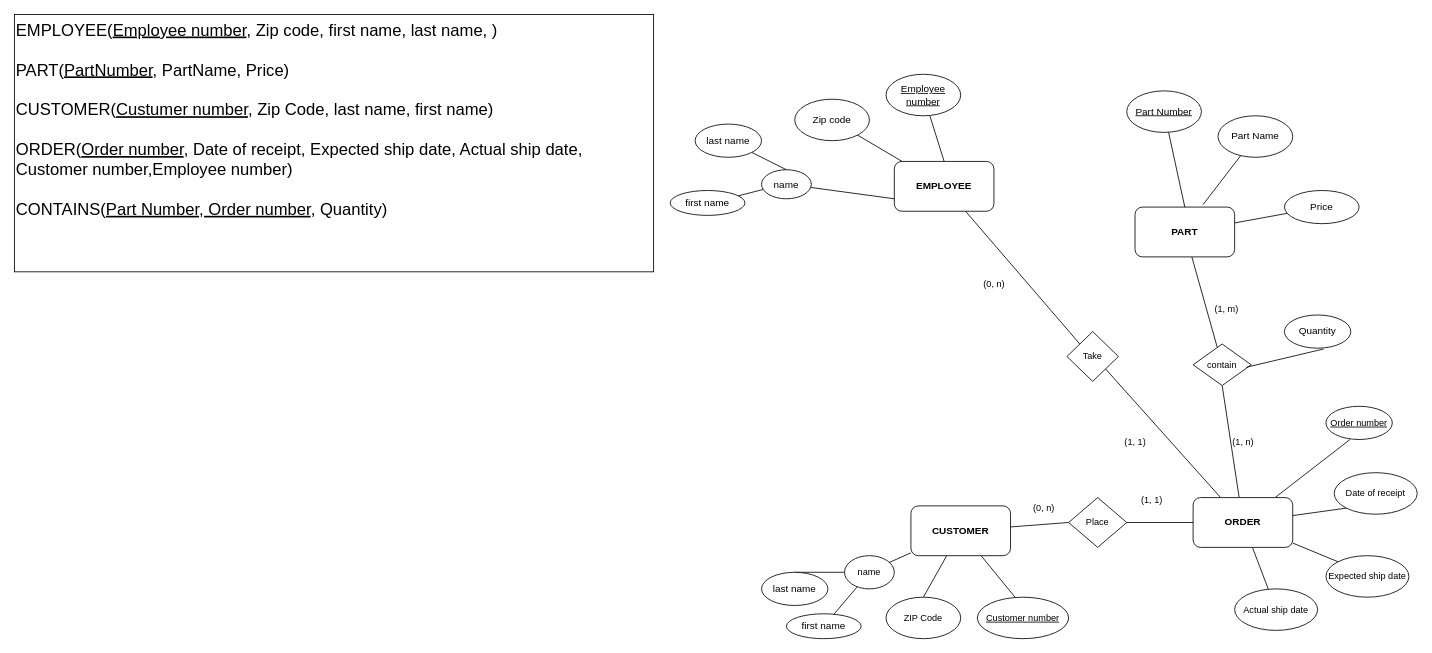
The draw.io diagram MAIL_ORDER.drawio in phuongman/BTVN_CSDL, before the edit. Source tidied: cells renumbered, new cells numbered last; positions are measured from the earlier drawing's top-left corner, leaving out a move shared by most shapes. Both pictures are drawn from the tidied source at 83%, with x=0, y=0 at pixel (14, 14).
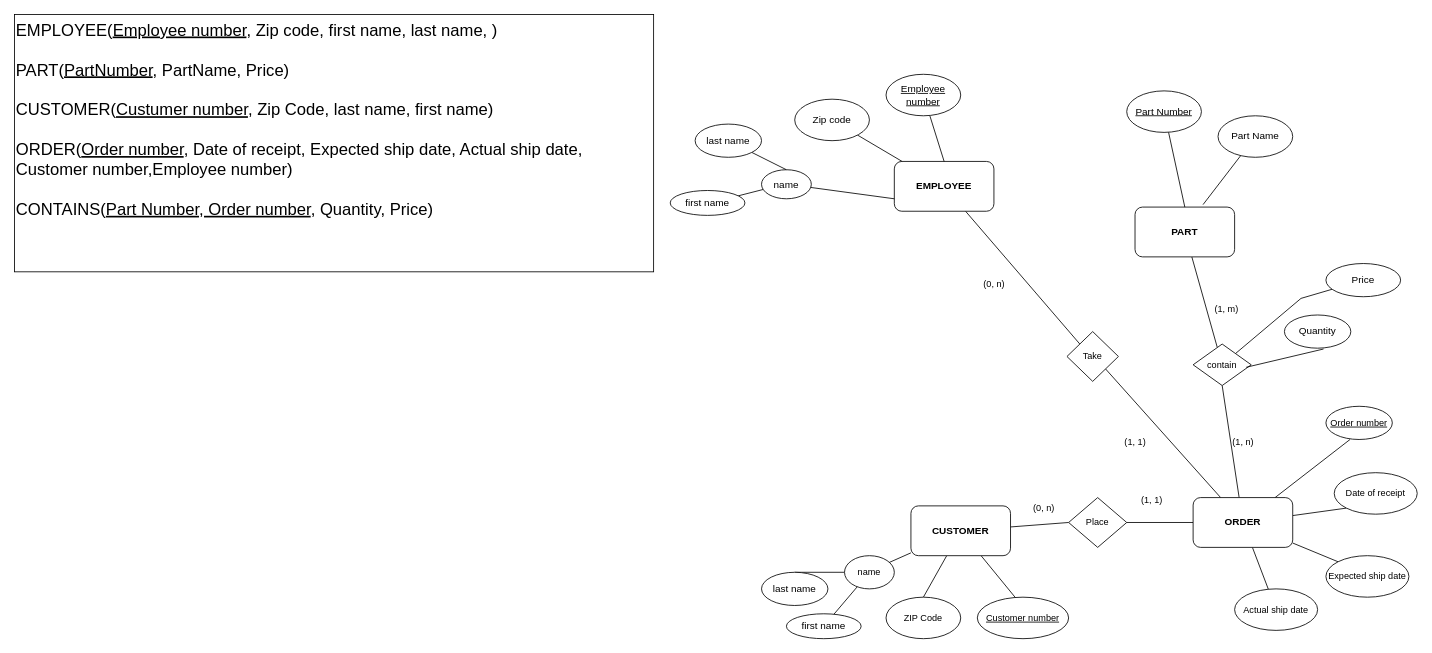
Above is the later version.

The change refers to these unchanged cells:
```xml
<mxCell id="5" value="PART" style="rounded=1;whiteSpace=wrap;html=1;fontStyle=1;" parent="1" vertex="1">
  <mxGeometry x="1350" y="232" width="120" height="60" as="geometry" />
</mxCell>
<mxCell id="43" value="contain" style="rhombus;whiteSpace=wrap;html=1;fontFamily=Helvetica;fontSize=11;fontColor=default;" parent="1" vertex="1">
  <mxGeometry x="1420" y="397" width="70" height="50" as="geometry" />
</mxCell>
```

What changed in the source:
```diff
@@
-    <mxCell id="30" style="edgeStyle=none;shape=connector;rounded=0;jettySize=auto;html=1;labelBackgroundColor=default;strokeColor=default;fontFamily=Helvetica;fontSize=11;fontColor=default;endArrow=none;endFill=0;" parent="1" edge="1" source="31" target="5">
-      <mxGeometry relative="1" as="geometry" />
+    <mxCell id="30" style="edgeStyle=none;shape=connector;rounded=0;jettySize=auto;html=1;labelBackgroundColor=default;strokeColor=default;fontFamily=Helvetica;fontSize=11;fontColor=default;endArrow=none;endFill=0;" parent="1" edge="1" source="31" target="43">
+      <mxGeometry relative="1" as="geometry">
+        <Array as="points">
+          <mxPoint x="1550" y="342" />
+        </Array>
+      </mxGeometry>
     </mxCell>
     <mxCell id="31" value="Price" style="ellipse;whiteSpace=wrap;html=1;" parent="1" vertex="1">
-      <mxGeometry x="1530" y="212" width="90" height="40" as="geometry" />
+      <mxGeometry x="1580" y="300" width="90" height="40" as="geometry" />
     </mxCell>
@@
-    <mxCell id="55" value="&lt;font style=&quot;font-size: 20px;&quot;&gt;EMPLOYEE(&lt;u&gt;Employee number&lt;/u&gt;, Zip code, first name, last name, )&lt;br&gt;&lt;br&gt;PART(&lt;u&gt;PartNumber&lt;/u&gt;, PartName, Price)&lt;br&gt;&lt;br&gt;CUSTOMER(&lt;u&gt;Custumer number&lt;/u&gt;, Zip Code, last name, first name)&lt;br&gt;&lt;br&gt;ORDER(&lt;u&gt;Order number&lt;/u&gt;, Date of receipt, Expected ship date, Actual ship date, Customer number,Employee number)&lt;br&gt;&lt;br&gt;CONTAINS(&lt;u&gt;Part Number, Order number&lt;/u&gt;, Quantity)&lt;/font&gt;" style="rounded=0;whiteSpace=wrap;html=1;align=left;verticalAlign=top;" parent="1" vertex="1">
+    <mxCell id="55" value="&lt;font style=&quot;font-size: 20px;&quot;&gt;EMPLOYEE(&lt;u&gt;Employee number&lt;/u&gt;, Zip code, first name, last name, )&lt;br&gt;&lt;br&gt;PART(&lt;u&gt;PartNumber&lt;/u&gt;, PartName, Price)&lt;br&gt;&lt;br&gt;CUSTOMER(&lt;u&gt;Custumer number&lt;/u&gt;, Zip Code, last name, first name)&lt;br&gt;&lt;br&gt;ORDER(&lt;u&gt;Order number&lt;/u&gt;, Date of receipt, Expected ship date, Actual ship date, Customer number,Employee number)&lt;br&gt;&lt;br&gt;CONTAINS(&lt;u&gt;Part Number, Order number&lt;/u&gt;, Quantity, Price)&lt;/font&gt;" style="rounded=0;whiteSpace=wrap;html=1;align=left;verticalAlign=top;" parent="1" vertex="1">
       <mxGeometry width="770" height="310" as="geometry" />
     </mxCell>
@@
+    <mxCell id="58" style="edgeStyle=orthogonalEdgeStyle;rounded=0;orthogonalLoop=1;jettySize=auto;html=1;exitX=0.5;exitY=1;exitDx=0;exitDy=0;" parent="1" edge="1" source="31" target="31">
+      <mxGeometry relative="1" as="geometry" />
+    </mxCell>
```
